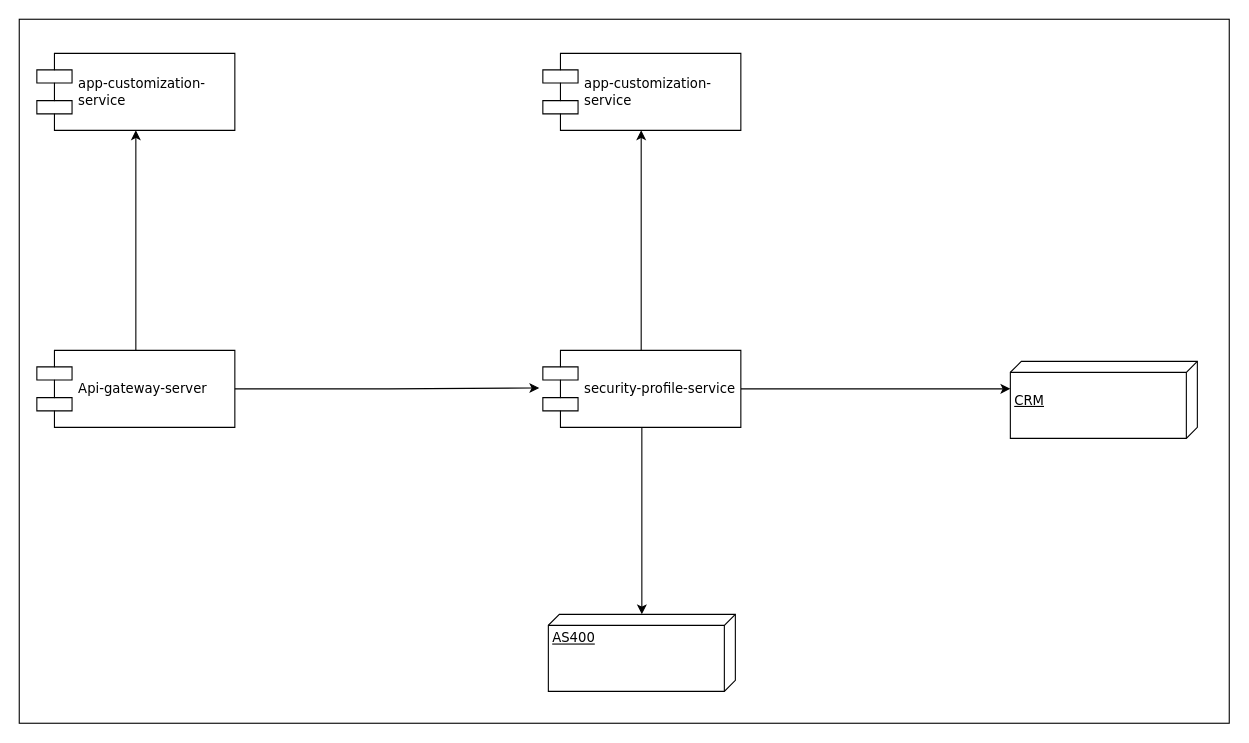
Before: Untitled Diagram.drawio in StevenGpByte/ActualizacionDatos, a draw.io diagram. Source tidied: cells renumbered, new cells numbered last; positions are measured from the earlier drawing's top-left corner, leaving out a move shared by most shapes. Both pictures are drawn from the tidied source at 110%, with x=0, y=0 at pixel (19, 19).
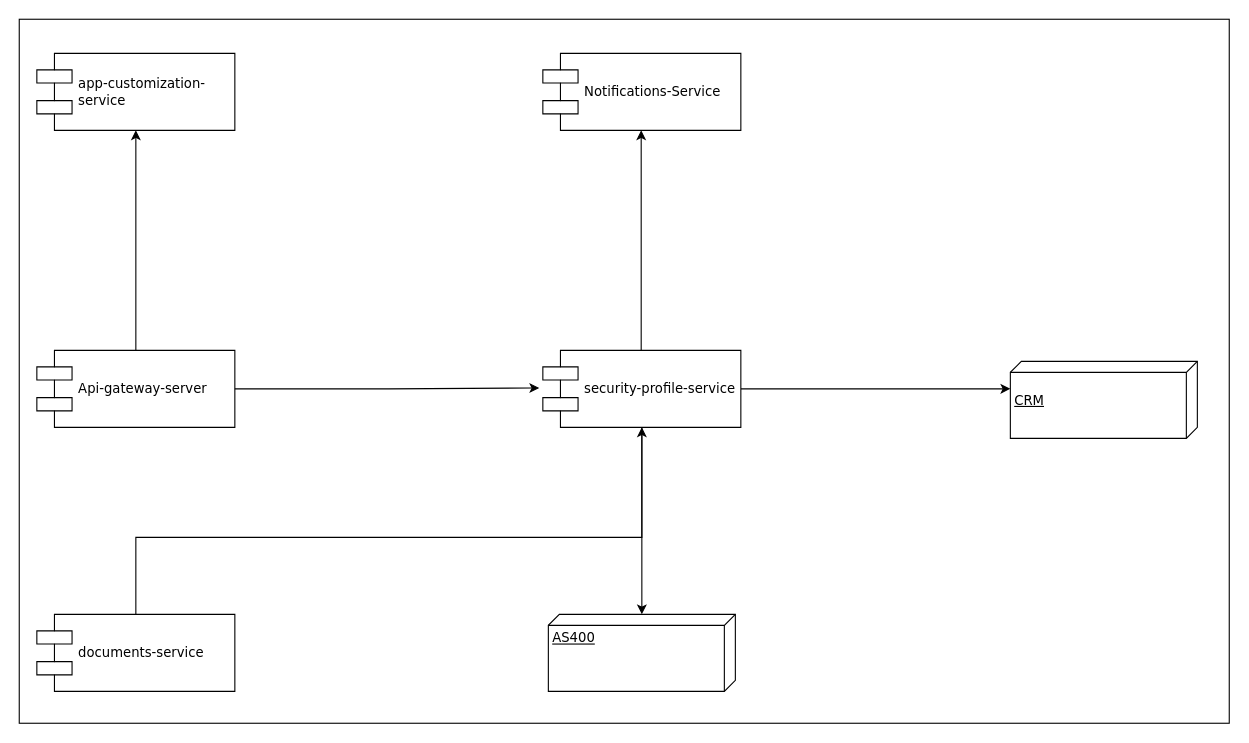
After the change.

The change refers to these unchanged cells:
```xml
<mxCell id="7" value="security-profile-service" style="shape=component;align=left;spacingLeft=36;rounded=0;shadow=0;comic=0;labelBackgroundColor=none;strokeWidth=1;fontFamily=Verdana;fontSize=12;html=1;" parent="1" vertex="1">
  <mxGeometry x="476" y="301" width="180" height="70" as="geometry" />
</mxCell>
```

Change to the diagram source:
```diff
@@
-    <mxCell id="12" value="app-customization-&lt;br&gt;service" style="shape=component;align=left;spacingLeft=36;rounded=0;shadow=0;comic=0;labelBackgroundColor=none;strokeWidth=1;fontFamily=Verdana;fontSize=12;html=1;" parent="1" vertex="1">
+    <mxCell id="12" value="Notifications-Service" style="shape=component;align=left;spacingLeft=36;rounded=0;shadow=0;comic=0;labelBackgroundColor=none;strokeWidth=1;fontFamily=Verdana;fontSize=12;html=1;" parent="1" vertex="1">
       <mxGeometry x="476" y="31" width="180" height="70" as="geometry" />
     </mxCell>
@@
+    <mxCell id="14" style="edgeStyle=orthogonalEdgeStyle;rounded=0;jettySize=auto;html=1;" parent="1" edge="1" source="15" target="7">
+      <mxGeometry relative="1" as="geometry">
+        <Array as="points">
+          <mxPoint x="106" y="471" />
+          <mxPoint x="566" y="471" />
+        </Array>
+      </mxGeometry>
+    </mxCell>
+    <mxCell id="15" value="documents-service" style="shape=component;align=left;spacingLeft=36;rounded=0;shadow=0;comic=0;labelBackgroundColor=none;strokeWidth=1;fontFamily=Verdana;fontSize=12;html=1;" parent="1" vertex="1">
+      <mxGeometry x="16" y="541" width="180" height="70" as="geometry" />
+    </mxCell>
```
